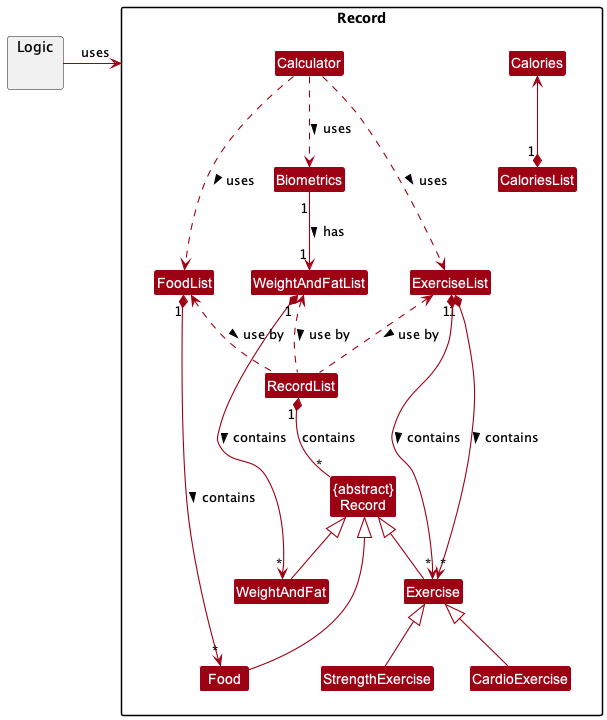
Earlier version of the PlantUML export docs/UmlDiagrams/Records.png (nus-cs2113-AY2223S1/tp).
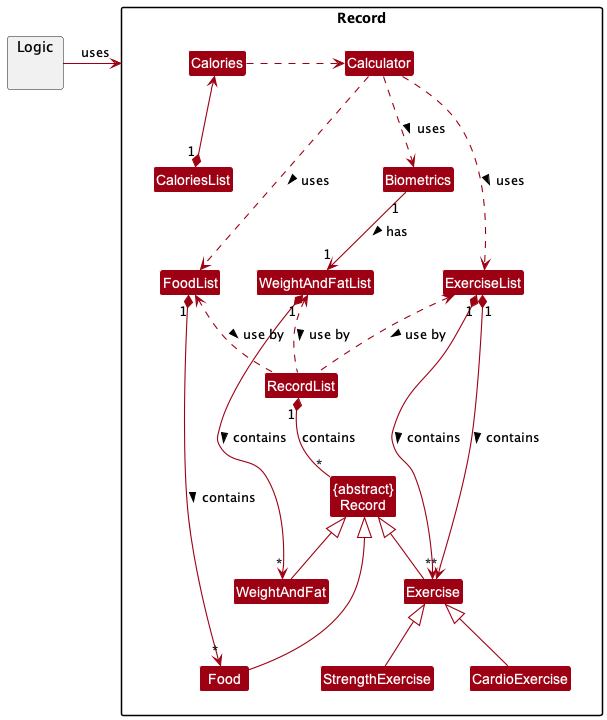
The same file after the commit.

Diff of the diagram source:
```diff
@@ -45,5 +45,6 @@
 Calculator ..> Biometrics : uses >
 Calculator ..> ExerciseList : uses >
 Logic -left-> Record : uses
+Calculator <.left.Calories
 hide empty members
 @enduml
```
